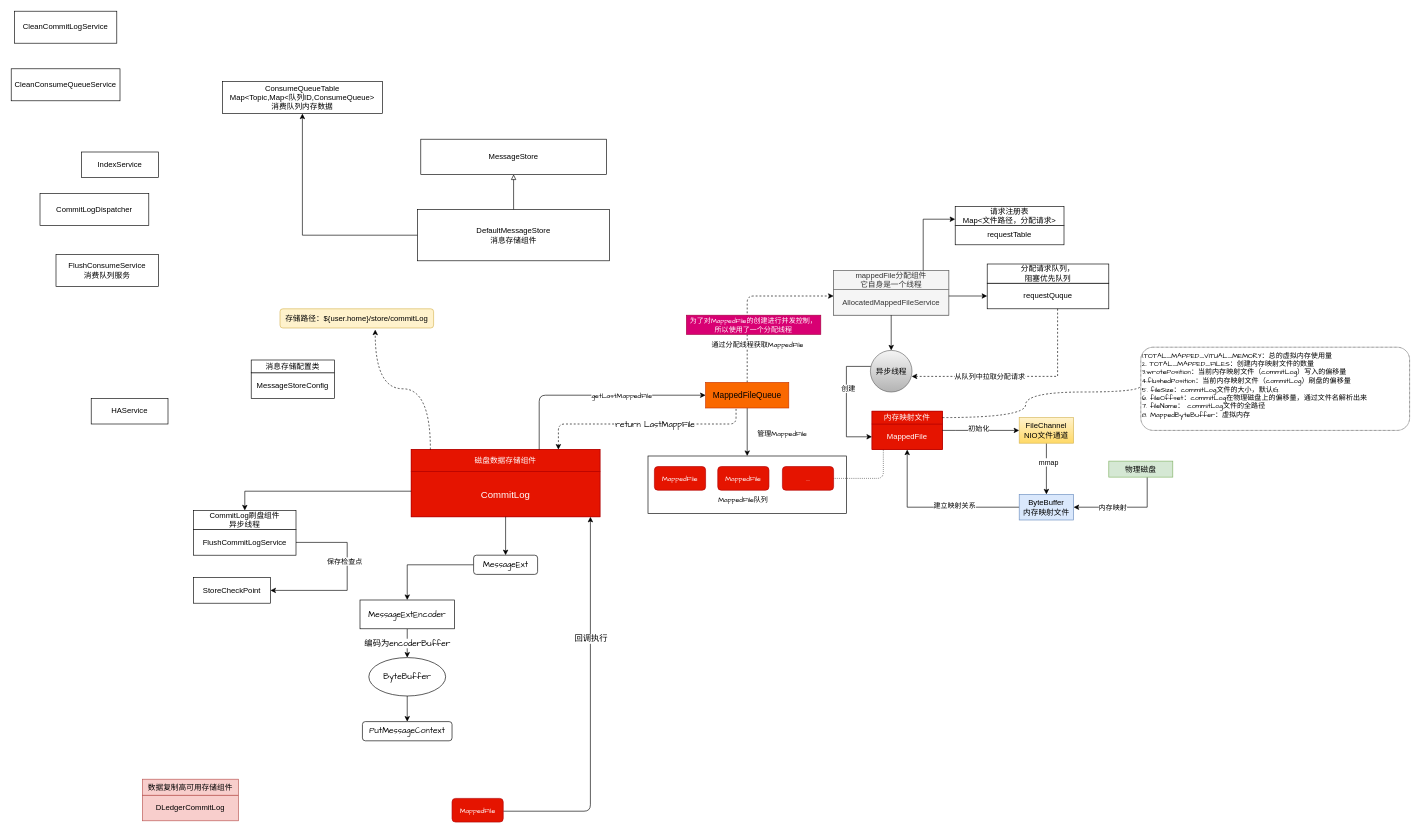
Before: page "存储架构" (6 of 6) of 未命名绘图.drawio in plx927/Java-Core-learning, a draw.io diagram. Source tidied: cells renumbered, new cells numbered last; positions are measured from the earlier drawing's top-left corner, leaving out a move shared by most shapes. Both pictures are drawn from the tidied source at 64%, with x=0, y=0 at pixel (11, 11).
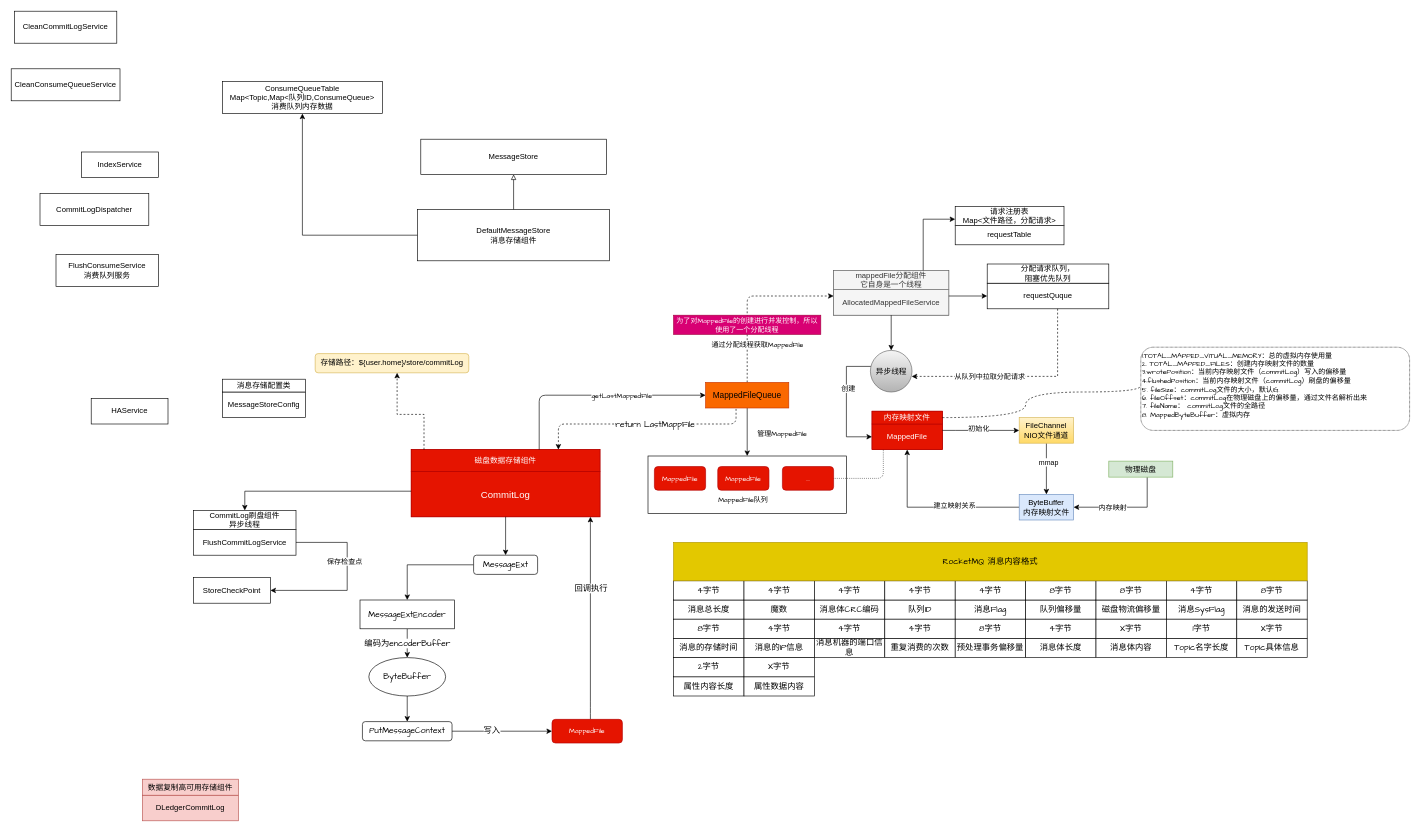
The same diagram, later.

Commit message (it also covers changes not shown here):
更新未命名绘图.drawio

Unchanged cells that the change refers to:
```xml
<mxCell id="45" value="磁盘数据存储组件" style="rounded=0;whiteSpace=wrap;html=1;fillColor=#e51400;strokeColor=#B20000;fontColor=#ffffff;" parent="43" vertex="1">
  <mxGeometry width="295" height="34.3" as="geometry" />
</mxCell>
<mxCell id="90" value="PutMessageContext" style="rounded=1;whiteSpace=wrap;html=1;fontFamily=Comic Sans MS;fontSize=13;fontColor=#000000;" parent="1" vertex="1">
  <mxGeometry x="548.8" y="1110" width="140" height="30" as="geometry" />
</mxCell>
```

Change to the diagram source:
```diff
@@
     <mxCell id="49" style="group;" parent="1" vertex="1">
-      <mxGeometry x="375" y="535" width="130" height="70" as="geometry" />
+      <mxGeometry x="330" y="565" width="130" height="70" as="geometry" />
     </mxCell>
@@
     <mxCell id="52" value="存储路径：${user.home}/store/commitLog" style="rounded=1;whiteSpace=wrap;html=1;fillColor=#fff2cc;strokeColor=#d6b656;" parent="1" vertex="1">
-      <mxGeometry x="420" y="465" width="240" height="30" as="geometry" />
+      <mxGeometry x="475" y="535" width="240" height="30" as="geometry" />
     </mxCell>
@@
     <mxCell id="75" value="为了对MappedFile的创建进行并发控制，所以使用了一个分配线程" style="text;html=1;strokeColor=#A50040;fillColor=#d80073;align=center;verticalAlign=middle;whiteSpace=wrap;rounded=0;fontFamily=Comic Sans MS;fontSize=11;fontColor=#ffffff;" parent="1" vertex="1">
-      <mxGeometry x="1055" y="475" width="210" height="30" as="geometry" />
+      <mxGeometry x="1035" y="475" width="230" height="30" as="geometry" />
     </mxCell>
@@
     <mxCell id="78" style="edgeStyle=orthogonalEdgeStyle;rounded=1;jettySize=auto;html=1;fontFamily=Comic Sans MS;fontSize=13;fontColor=#000000;startArrow=none;startFill=0;endArrow=classic;endFill=1;" parent="1" edge="1" source="80">
       <mxGeometry relative="1" as="geometry">
         <mxPoint x="905" y="790" as="targetPoint" />
         <Array as="points">
-          <mxPoint x="905" y="1250" />
+          <mxPoint x="905" y="1088" />
         </Array>
       </mxGeometry>
     </mxCell>
@@
     <mxCell id="80" value="MappedFile" style="rounded=1;whiteSpace=wrap;html=1;fontFamily=Comic Sans MS;fontSize=11;fontColor=#ffffff;fillColor=#e51400;strokeColor=#B20000;" parent="1" vertex="1">
-      <mxGeometry x="688.8" y="1230" width="80" height="37" as="geometry" />
+      <mxGeometry x="845" y="1106.5" width="110" height="37" as="geometry" />
     </mxCell>
@@
-    <mxCell id="84" style="edgeStyle=orthogonalEdgeStyle;jettySize=auto;html=1;entryX=0.62;entryY=1.086;entryDx=0;entryDy=0;entryPerimeter=0;fontFamily=Comic Sans MS;fontSize=13;fontColor=#000000;startArrow=none;startFill=0;endArrow=classic;endFill=1;curved=1;dashed=1;" parent="1" edge="1" source="45" target="52">
-      <mxGeometry relative="1" as="geometry">
-        <Array as="points">
-          <mxPoint x="655" y="590" />
-          <mxPoint x="569" y="590" />
-        </Array>
-      </mxGeometry>
-    </mxCell>
@@
+    <mxCell id="91" style="edgeStyle=orthogonalEdgeStyle;rounded=0;jettySize=auto;html=1;entryX=0;entryY=0.5;entryDx=0;entryDy=0;fontFamily=Comic Sans MS;fontSize=13;fontColor=#000000;startArrow=none;startFill=0;endArrow=classic;endFill=1;" parent="1" edge="1" source="90" target="80">
+      <mxGeometry relative="1" as="geometry" />
+    </mxCell>
+    <mxCell id="92" value="写入" style="edgeLabel;html=1;align=center;verticalAlign=middle;fontSize=13;fontFamily=Comic Sans MS;fontColor=#000000;" parent="91" vertex="1">
+      <mxGeometry x="-0.2" y="2" relative="1" as="geometry" />
+    </mxCell>
@@
+    <mxCell id="84" style="edgeStyle=orthogonalEdgeStyle;rounded=0;jettySize=auto;html=1;fontFamily=Comic Sans MS;fontSize=13;fontColor=#000000;startArrow=none;startFill=0;endArrow=classic;endFill=1;dashed=1;" parent="1" edge="1" source="45" target="52">
+      <mxGeometry relative="1" as="geometry">
+        <Array as="points">
+          <mxPoint x="645" y="630" />
+          <mxPoint x="603" y="630" />
+        </Array>
+      </mxGeometry>
+    </mxCell>
+    <mxCell id="93" style="group;" parent="1" vertex="1">
+      <mxGeometry x="1035" y="890" width="110" height="60" as="geometry" />
+    </mxCell>
+    <mxCell id="94" value="消息总长度" style="rounded=0;whiteSpace=wrap;html=1;fontFamily=Comic Sans MS;fontSize=13;fontColor=#000000;" parent="93" vertex="1">
+      <mxGeometry y="30" width="110" height="30" as="geometry" />
+    </mxCell>
+    <mxCell id="95" value="4字节" style="rounded=0;whiteSpace=wrap;html=1;fontFamily=Comic Sans MS;fontSize=13;fontColor=#000000;" parent="93" vertex="1">
+      <mxGeometry width="110" height="30" as="geometry" />
+    </mxCell>
+    <mxCell id="96" style="group;" parent="1" vertex="1">
+      <mxGeometry x="1145" y="890" width="110" height="60" as="geometry" />
+    </mxCell>
+    <mxCell id="97" value="魔数" style="rounded=0;whiteSpace=wrap;html=1;fontFamily=Comic Sans MS;fontSize=13;fontColor=#000000;" parent="96" vertex="1">
+      <mxGeometry y="30" width="110" height="30" as="geometry" />
+    </mxCell>
+    <mxCell id="98" value="4字节" style="rounded=0;whiteSpace=wrap;html=1;fontFamily=Comic Sans MS;fontSize=13;fontColor=#000000;" parent="96" vertex="1">
+      <mxGeometry width="110" height="30" as="geometry" />
+    </mxCell>
+    <mxCell id="99" style="group;" parent="1" vertex="1">
+      <mxGeometry x="1255" y="890" width="110" height="60" as="geometry" />
+    </mxCell>
+    <mxCell id="100" value="消息体CRC编码" style="rounded=0;whiteSpace=wrap;html=1;fontFamily=Comic Sans MS;fontSize=13;fontColor=#000000;" parent="99" vertex="1">
+      <mxGeometry y="30" width="110" height="30" as="geometry" />
+    </mxCell>
+    <mxCell id="101" value="4字节" style="rounded=0;whiteSpace=wrap;html=1;fontFamily=Comic Sans MS;fontSize=13;fontColor=#000000;" parent="99" vertex="1">
+      <mxGeometry width="110" height="30" as="geometry" />
+    </mxCell>
+    <mxCell id="102" style="group;" parent="1" vertex="1">
+      <mxGeometry x="1365" y="890" width="110" height="60" as="geometry" />
+    </mxCell>
+    <mxCell id="103" value="队列ID" style="rounded=0;whiteSpace=wrap;html=1;fontFamily=Comic Sans MS;fontSize=13;fontColor=#000000;" parent="102" vertex="1">
+      <mxGeometry y="30" width="110" height="30" as="geometry" />
+    </mxCell>
+    <mxCell id="104" value="4字节" style="rounded=0;whiteSpace=wrap;html=1;fontFamily=Comic Sans MS;fontSize=13;fontColor=#000000;" parent="102" vertex="1">
+      <mxGeometry width="110" height="30" as="geometry" />
+    </mxCell>
+    <mxCell id="105" style="group;" parent="1" vertex="1">
+      <mxGeometry x="1475" y="890" width="110" height="60" as="geometry" />
+    </mxCell>
+    <mxCell id="106" value="消息Flag" style="rounded=0;whiteSpace=wrap;html=1;fontFamily=Comic Sans MS;fontSize=13;fontColor=#000000;" parent="105" vertex="1">
+      <mxGeometry y="30" width="110" height="30" as="geometry" />
+    </mxCell>
+    <mxCell id="107" value="4字节" style="rounded=0;whiteSpace=wrap;html=1;fontFamily=Comic Sans MS;fontSize=13;fontColor=#000000;" parent="105" vertex="1">
+      <mxGeometry width="110" height="30" as="geometry" />
+    </mxCell>
+    <mxCell id="108" style="group;" parent="1" vertex="1">
+      <mxGeometry x="1585" y="890" width="110" height="60" as="geometry" />
+    </mxCell>
+    <mxCell id="109" value="队列偏移量" style="rounded=0;whiteSpace=wrap;html=1;fontFamily=Comic Sans MS;fontSize=13;fontColor=#000000;" parent="108" vertex="1">
+      <mxGeometry y="30" width="110" height="30" as="geometry" />
+    </mxCell>
+    <mxCell id="110" value="8字节" style="rounded=0;whiteSpace=wrap;html=1;fontFamily=Comic Sans MS;fontSize=13;fontColor=#000000;" parent="108" vertex="1">
+      <mxGeometry width="110" height="30" as="geometry" />
+    </mxCell>
+    <mxCell id="111" style="group;" parent="1" vertex="1">
+      <mxGeometry x="1695" y="890" width="110" height="60" as="geometry" />
+    </mxCell>
+    <mxCell id="112" value="磁盘物流偏移量" style="rounded=0;whiteSpace=wrap;html=1;fontFamily=Comic Sans MS;fontSize=13;fontColor=#000000;" parent="111" vertex="1">
+      <mxGeometry y="30" width="110" height="30" as="geometry" />
+    </mxCell>
+    <mxCell id="113" value="8字节" style="rounded=0;whiteSpace=wrap;html=1;fontFamily=Comic Sans MS;fontSize=13;fontColor=#000000;" parent="111" vertex="1">
+      <mxGeometry width="110" height="30" as="geometry" />
+    </mxCell>
+    <mxCell id="114" style="group;" parent="1" vertex="1">
+      <mxGeometry x="1805" y="890" width="110" height="60" as="geometry" />
+    </mxCell>
+    <mxCell id="115" value="消息SysFlag" style="rounded=0;whiteSpace=wrap;html=1;fontFamily=Comic Sans MS;fontSize=13;fontColor=#000000;" parent="114" vertex="1">
+      <mxGeometry y="30" width="110" height="30" as="geometry" />
+    </mxCell>
+    <mxCell id="116" value="4字节" style="rounded=0;whiteSpace=wrap;html=1;fontFamily=Comic Sans MS;fontSize=13;fontColor=#000000;" parent="114" vertex="1">
+      <mxGeometry width="110" height="30" as="geometry" />
+    </mxCell>
+    <mxCell id="117" style="group;" parent="1" vertex="1">
+      <mxGeometry x="1915" y="890" width="110" height="60" as="geometry" />
+    </mxCell>
+    <mxCell id="118" value="消息的发送时间" style="rounded=0;whiteSpace=wrap;html=1;fontFamily=Comic Sans MS;fontSize=13;fontColor=#000000;" parent="117" vertex="1">
+      <mxGeometry y="30" width="110" height="30" as="geometry" />
+    </mxCell>
+    <mxCell id="119" value="8字节" style="rounded=0;whiteSpace=wrap;html=1;fontFamily=Comic Sans MS;fontSize=13;fontColor=#000000;" parent="117" vertex="1">
+      <mxGeometry width="110" height="30" as="geometry" />
+    </mxCell>
+    <mxCell id="120" style="group;" parent="1" vertex="1">
+      <mxGeometry x="1035" y="950" width="110" height="60" as="geometry" />
+    </mxCell>
+    <mxCell id="121" value="消息的存储时间" style="rounded=0;whiteSpace=wrap;html=1;fontFamily=Comic Sans MS;fontSize=13;fontColor=#000000;" parent="120" vertex="1">
+      <mxGeometry y="30" width="110" height="30" as="geometry" />
+    </mxCell>
+    <mxCell id="122" value="8字节" style="rounded=0;whiteSpace=wrap;html=1;fontFamily=Comic Sans MS;fontSize=13;fontColor=#000000;" parent="120" vertex="1">
+      <mxGeometry width="110" height="30" as="geometry" />
+    </mxCell>
+    <mxCell id="123" style="group;" parent="1" vertex="1">
+      <mxGeometry x="1145" y="950" width="110" height="60" as="geometry" />
+    </mxCell>
+    <mxCell id="124" value="消息的IP信息" style="rounded=0;whiteSpace=wrap;html=1;fontFamily=Comic Sans MS;fontSize=13;fontColor=#000000;" parent="123" vertex="1">
+      <mxGeometry y="30" width="110" height="30" as="geometry" />
+    </mxCell>
+    <mxCell id="125" value="4字节" style="rounded=0;whiteSpace=wrap;html=1;fontFamily=Comic Sans MS;fontSize=13;fontColor=#000000;" parent="123" vertex="1">
+      <mxGeometry width="110" height="30" as="geometry" />
+    </mxCell>
+    <mxCell id="126" style="group;" parent="1" vertex="1">
+      <mxGeometry x="1255" y="950" width="110" height="60" as="geometry" />
+    </mxCell>
+    <mxCell id="127" value="消息机器的端口信息" style="rounded=0;whiteSpace=wrap;html=1;fontFamily=Comic Sans MS;fontSize=13;fontColor=#000000;" parent="126" vertex="1">
+      <mxGeometry y="30" width="110" height="30" as="geometry" />
+    </mxCell>
+    <mxCell id="128" value="4字节" style="rounded=0;whiteSpace=wrap;html=1;fontFamily=Comic Sans MS;fontSize=13;fontColor=#000000;" parent="126" vertex="1">
+      <mxGeometry width="110" height="30" as="geometry" />
+    </mxCell>
+    <mxCell id="129" style="group;" parent="1" vertex="1">
+      <mxGeometry x="1365" y="950" width="110" height="60" as="geometry" />
+    </mxCell>
+    <mxCell id="130" value="重复消费的次数" style="rounded=0;whiteSpace=wrap;html=1;fontFamily=Comic Sans MS;fontSize=13;fontColor=#000000;" parent="129" vertex="1">
+      <mxGeometry y="30" width="110" height="30" as="geometry" />
+    </mxCell>
+    <mxCell id="131" value="4字节" style="rounded=0;whiteSpace=wrap;html=1;fontFamily=Comic Sans MS;fontSize=13;fontColor=#000000;" parent="129" vertex="1">
+      <mxGeometry width="110" height="30" as="geometry" />
+    </mxCell>
+    <mxCell id="132" style="group;" parent="1" vertex="1">
+      <mxGeometry x="1475" y="950" width="110" height="60" as="geometry" />
+    </mxCell>
+    <mxCell id="133" value="预处理事务偏移量" style="rounded=0;whiteSpace=wrap;html=1;fontFamily=Comic Sans MS;fontSize=13;fontColor=#000000;" parent="132" vertex="1">
+      <mxGeometry y="30" width="110" height="30" as="geometry" />
+    </mxCell>
+    <mxCell id="134" value="8字节" style="rounded=0;whiteSpace=wrap;html=1;fontFamily=Comic Sans MS;fontSize=13;fontColor=#000000;" parent="132" vertex="1">
+      <mxGeometry width="110" height="30" as="geometry" />
+    </mxCell>
+    <mxCell id="135" style="group;" parent="1" vertex="1">
+      <mxGeometry x="1585" y="950" width="110" height="60" as="geometry" />
+    </mxCell>
+    <mxCell id="136" value="消息体长度" style="rounded=0;whiteSpace=wrap;html=1;fontFamily=Comic Sans MS;fontSize=13;fontColor=#000000;" parent="135" vertex="1">
+      <mxGeometry y="30" width="110" height="30" as="geometry" />
+    </mxCell>
+    <mxCell id="137" value="4字节" style="rounded=0;whiteSpace=wrap;html=1;fontFamily=Comic Sans MS;fontSize=13;fontColor=#000000;" parent="135" vertex="1">
+      <mxGeometry width="110" height="30" as="geometry" />
+    </mxCell>
+    <mxCell id="138" style="group;" parent="1" vertex="1">
+      <mxGeometry x="1695" y="950" width="110" height="60" as="geometry" />
+    </mxCell>
+    <mxCell id="139" value="消息体内容" style="rounded=0;whiteSpace=wrap;html=1;fontFamily=Comic Sans MS;fontSize=13;fontColor=#000000;" parent="138" vertex="1">
+      <mxGeometry y="30" width="110" height="30" as="geometry" />
+    </mxCell>
+    <mxCell id="140" value="X字节" style="rounded=0;whiteSpace=wrap;html=1;fontFamily=Comic Sans MS;fontSize=13;fontColor=#000000;" parent="138" vertex="1">
+      <mxGeometry width="110" height="30" as="geometry" />
+    </mxCell>
+    <mxCell id="141" style="group;" parent="1" vertex="1">
+      <mxGeometry x="1805" y="950" width="110" height="60" as="geometry" />
+    </mxCell>
+    <mxCell id="142" value="Topic名字长度" style="rounded=0;whiteSpace=wrap;html=1;fontFamily=Comic Sans MS;fontSize=13;fontColor=#000000;" parent="141" vertex="1">
+      <mxGeometry y="30" width="110" height="30" as="geometry" />
+    </mxCell>
+    <mxCell id="143" value="1字节" style="rounded=0;whiteSpace=wrap;html=1;fontFamily=Comic Sans MS;fontSize=13;fontColor=#000000;" parent="141" vertex="1">
+      <mxGeometry width="110" height="30" as="geometry" />
+    </mxCell>
+    <mxCell id="144" style="group;" parent="1" vertex="1">
+      <mxGeometry x="1915" y="950" width="110" height="60" as="geometry" />
+    </mxCell>
+    <mxCell id="145" value="Topic具体信息" style="rounded=0;whiteSpace=wrap;html=1;fontFamily=Comic Sans MS;fontSize=13;fontColor=#000000;" parent="144" vertex="1">
+      <mxGeometry y="30" width="110" height="30" as="geometry" />
+    </mxCell>
+    <mxCell id="146" value="X字节" style="rounded=0;whiteSpace=wrap;html=1;fontFamily=Comic Sans MS;fontSize=13;fontColor=#000000;" parent="144" vertex="1">
+      <mxGeometry width="110" height="30" as="geometry" />
+    </mxCell>
+    <mxCell id="147" style="group;" parent="1" vertex="1">
+      <mxGeometry x="1035" y="1010" width="110" height="60" as="geometry" />
+    </mxCell>
+    <mxCell id="148" value="属性内容长度" style="rounded=0;whiteSpace=wrap;html=1;fontFamily=Comic Sans MS;fontSize=13;fontColor=#000000;" parent="147" vertex="1">
+      <mxGeometry y="30" width="110" height="30" as="geometry" />
+    </mxCell>
+    <mxCell id="149" value="2字节" style="rounded=0;whiteSpace=wrap;html=1;fontFamily=Comic Sans MS;fontSize=13;fontColor=#000000;" parent="147" vertex="1">
+      <mxGeometry width="110" height="30" as="geometry" />
+    </mxCell>
+    <mxCell id="150" style="group;" parent="1" vertex="1">
+      <mxGeometry x="1145" y="1010" width="110" height="60" as="geometry" />
+    </mxCell>
+    <mxCell id="151" value="属性数据内容" style="rounded=0;whiteSpace=wrap;html=1;fontFamily=Comic Sans MS;fontSize=13;fontColor=#000000;" parent="150" vertex="1">
+      <mxGeometry y="30" width="110" height="30" as="geometry" />
+    </mxCell>
+    <mxCell id="152" value="X字节" style="rounded=0;whiteSpace=wrap;html=1;fontFamily=Comic Sans MS;fontSize=13;fontColor=#000000;" parent="150" vertex="1">
+      <mxGeometry width="110" height="30" as="geometry" />
+    </mxCell>
+    <mxCell id="153" value="RocketMQ 消息内容格式" style="rounded=0;whiteSpace=wrap;html=1;fontFamily=Comic Sans MS;fontSize=13;fontColor=#000000;fillColor=#e3c800;strokeColor=#B09500;" parent="1" vertex="1">
+      <mxGeometry x="1035" y="830" width="990" height="60" as="geometry" />
+    </mxCell>
```
